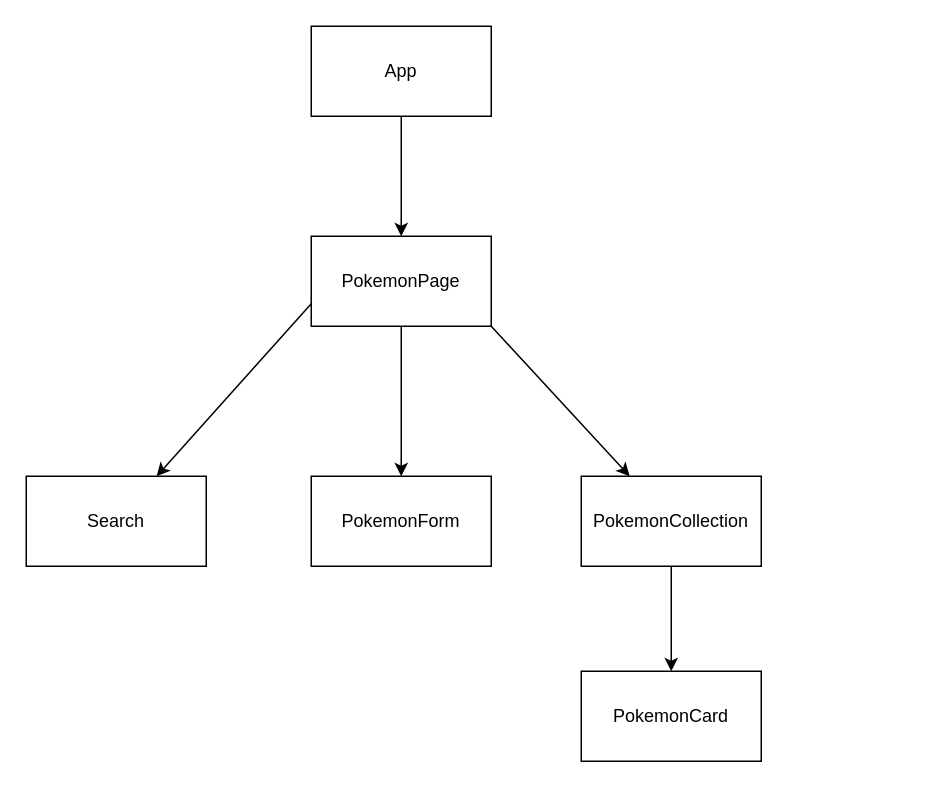
Earlier version of the draw.io diagram src/Hierarchy.drawio (clambiase08/react-hooks-practice-pokemon-searcher). Source tidied: cells renumbered, new cells numbered last; positions are measured from the earlier drawing's top-left corner, leaving out a move shared by most shapes. Both pictures are drawn from the tidied source at 150%, with x=0, y=0 at pixel (26, 26).
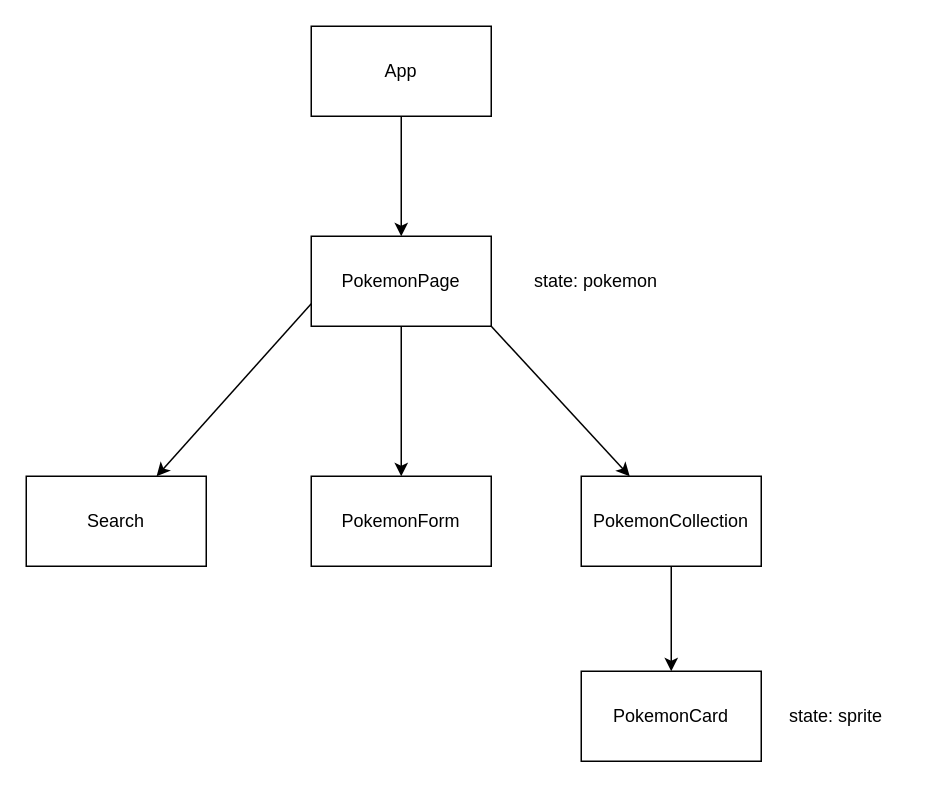
The same page after the edit.

What changed in the source:
```diff
@@
 <mxGraphModel>
   <root>
     <mxCell id="0" />
     <mxCell id="1" parent="0" />
     <mxCell id="2" style="edgeStyle=none;html=1;" parent="1" edge="1" source="3" target="5">
       <mxGeometry relative="1" as="geometry" />
     </mxCell>
     <mxCell id="3" value="App" style="whiteSpace=wrap;html=1;" parent="1" vertex="1">
       <mxGeometry x="190" width="120" height="60" as="geometry" />
     </mxCell>
     <mxCell id="4" style="edgeStyle=none;html=1;" parent="1" edge="1" source="5" target="8">
       <mxGeometry relative="1" as="geometry" />
     </mxCell>
     <mxCell id="5" value="PokemonPage" style="whiteSpace=wrap;html=1;" parent="1" vertex="1">
       <mxGeometry x="190" y="140" width="120" height="60" as="geometry" />
     </mxCell>
     <mxCell id="6" style="edgeStyle=none;html=1;exitX=0;exitY=0.75;exitDx=0;exitDy=0;" parent="1" edge="1" source="5" target="9">
       <mxGeometry relative="1" as="geometry" />
     </mxCell>
     <mxCell id="7" style="edgeStyle=none;html=1;exitX=1;exitY=1;exitDx=0;exitDy=0;" parent="1" edge="1" source="5" target="11">
       <mxGeometry relative="1" as="geometry" />
     </mxCell>
     <mxCell id="8" value="PokemonForm" style="whiteSpace=wrap;html=1;" parent="1" vertex="1">
       <mxGeometry x="190" y="300" width="120" height="60" as="geometry" />
     </mxCell>
     <mxCell id="9" value="Search" style="whiteSpace=wrap;html=1;" parent="1" vertex="1">
       <mxGeometry y="300" width="120" height="60" as="geometry" />
     </mxCell>
     <mxCell id="10" style="edgeStyle=none;html=1;" parent="1" edge="1" source="11" target="12">
       <mxGeometry relative="1" as="geometry" />
     </mxCell>
     <mxCell id="11" value="PokemonCollection" style="whiteSpace=wrap;html=1;" parent="1" vertex="1">
       <mxGeometry x="370" y="300" width="120" height="60" as="geometry" />
     </mxCell>
     <mxCell id="12" value="PokemonCard" style="whiteSpace=wrap;html=1;" parent="1" vertex="1">
       <mxGeometry x="370" y="430" width="120" height="60" as="geometry" />
     </mxCell>
+    <mxCell id="13" value="state: sprite" style="text;strokeColor=none;align=center;fillColor=none;html=1;verticalAlign=middle;whiteSpace=wrap;rounded=0;" parent="1" vertex="1">
+      <mxGeometry x="490" y="445" width="100" height="30" as="geometry" />
+    </mxCell>
+    <mxCell id="14" value="state: pokemon" style="text;strokeColor=none;align=center;fillColor=none;html=1;verticalAlign=middle;whiteSpace=wrap;rounded=0;" parent="1" vertex="1">
+      <mxGeometry x="330" y="155" width="100" height="30" as="geometry" />
+    </mxCell>
   </root>
 </mxGraphModel>
```
